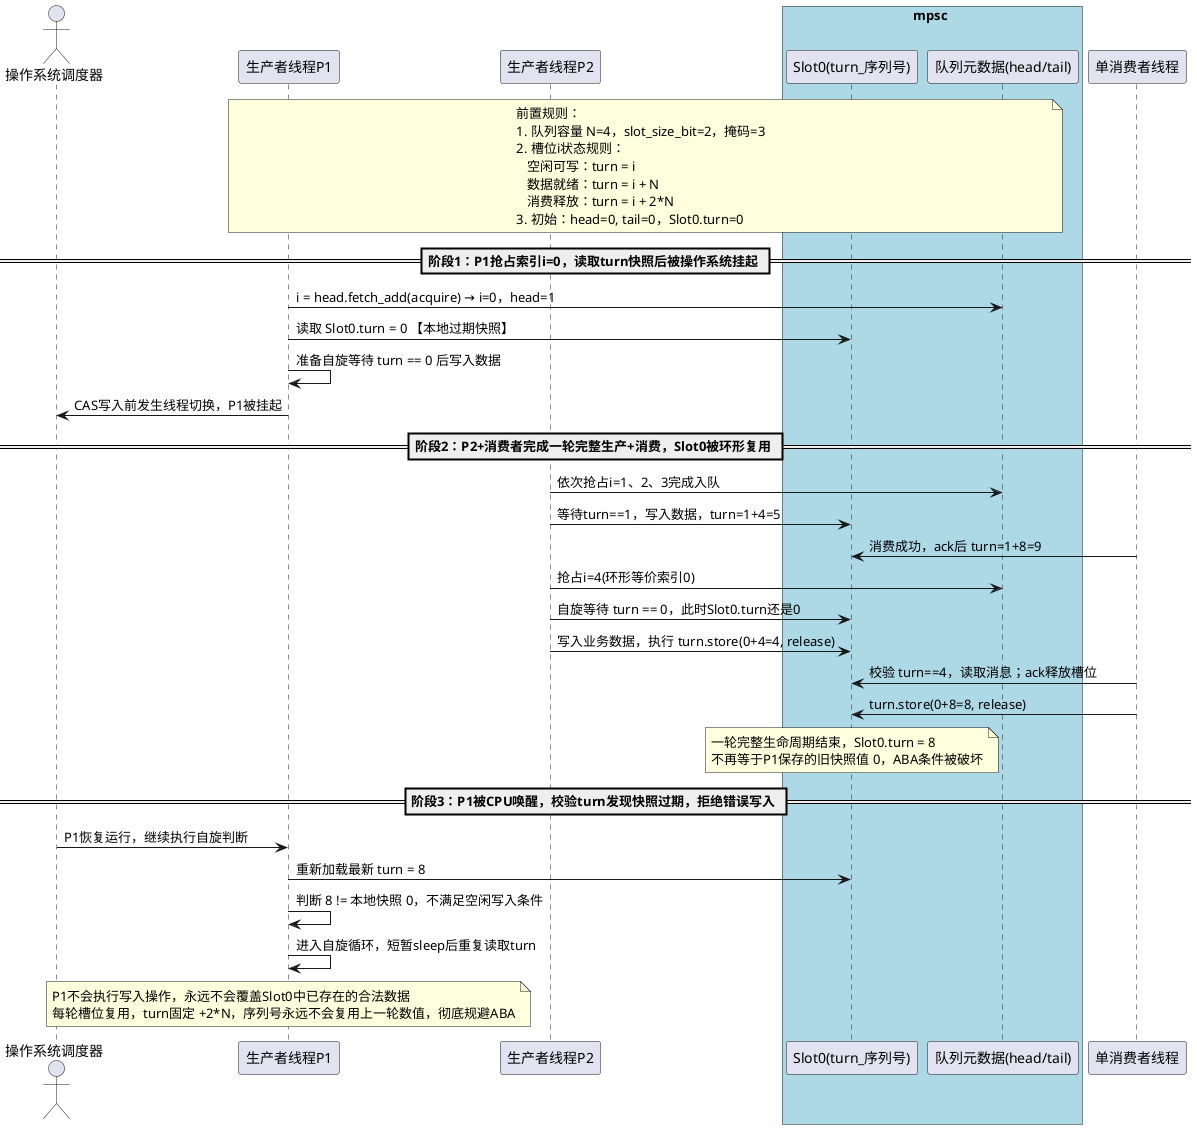
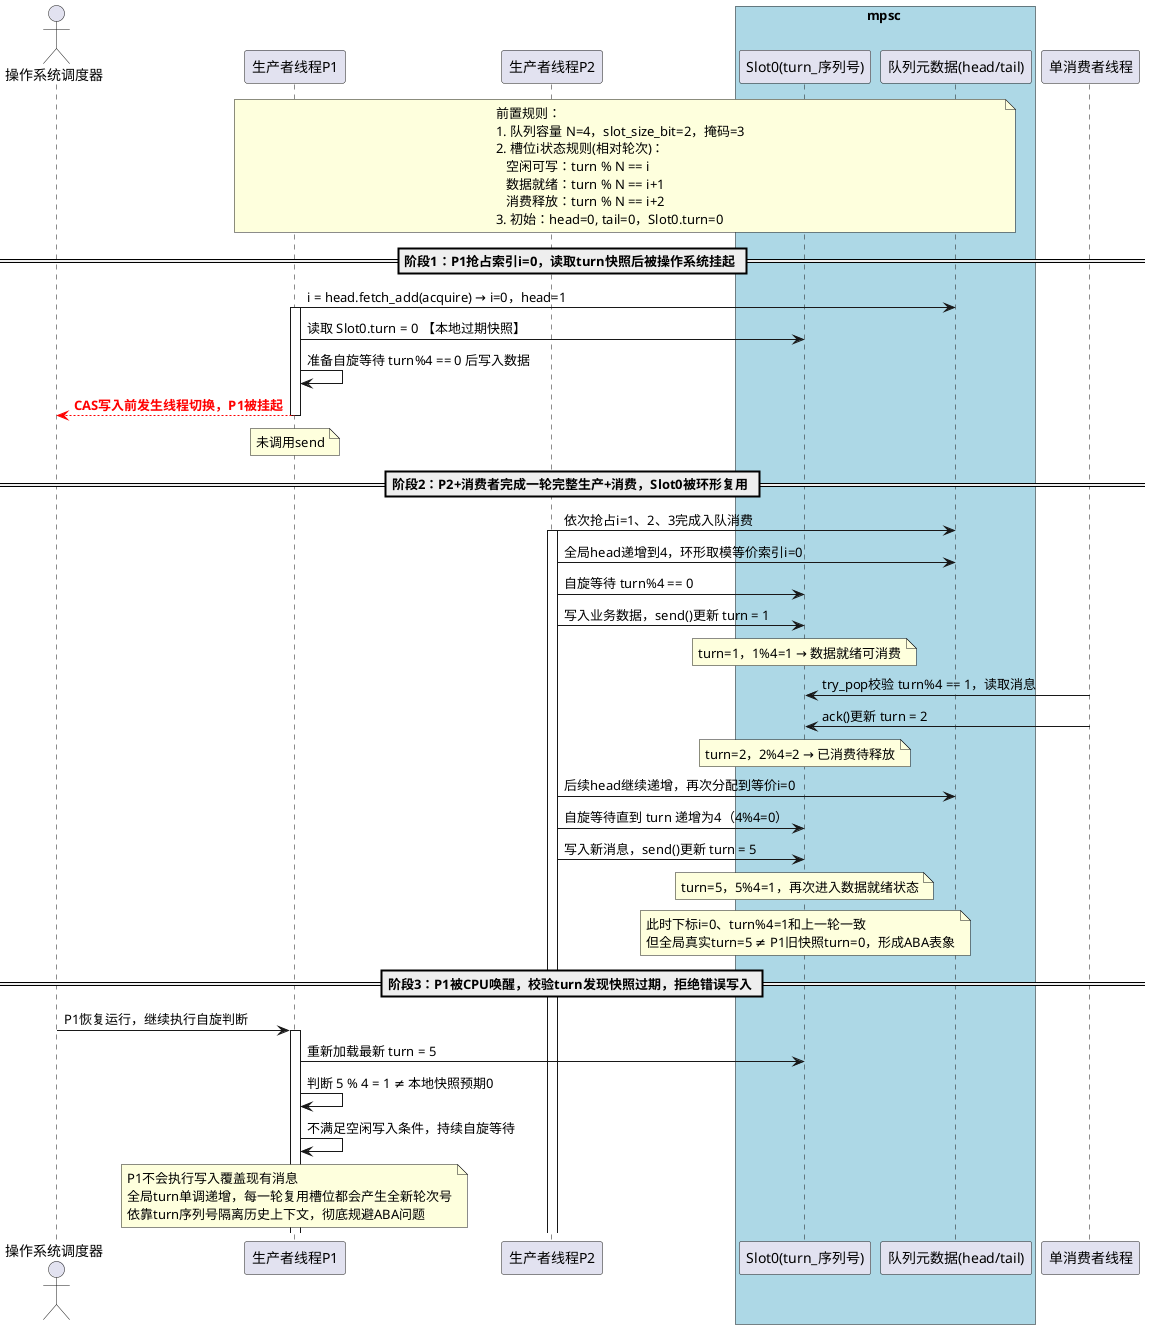
@startuml ShmMPSC_Aba_Solve_Sequence
actor 操作系统调度器 as OS
participant 生产者线程P1 as P1
participant 生产者线程P2 as P2
box mpsc #LightBlue
    participant "Slot0(turn_序列号)" as Slot0
    participant "队列元数据(head/tail)" as Meta
end box
- participant  单消费者线程 as Consumer
+ participant 单消费者线程 as Consumer

note over P1,Meta
前置规则：
1. 队列容量 N=4，slot_size_bit=2，掩码=3
- 2. 槽位i状态规则：
-    空闲可写：turn = i
-    数据就绪：turn = i + N
-    消费释放：turn = i + 2*N
+ 2. 槽位i状态规则(相对轮次)：
+    空闲可写：turn % N == i
+    数据就绪：turn % N == i+1
+    消费释放：turn % N == i+2
3. 初始：head=0, tail=0，Slot0.turn=0
end note

== 阶段1：P1抢占索引i=0，读取turn快照后被操作系统挂起 ==
P1->Meta: i = head.fetch_add(acquire) → i=0，head=1
+ activate P1
P1->Slot0: 读取 Slot0.turn = 0 【本地过期快照】
- P1->P1: 准备自旋等待 turn == 0 后写入数据
- P1->OS: CAS写入前发生线程切换，P1被挂起
+ P1->P1: 准备自旋等待 turn%4 == 0 后写入数据
+ P1-[#red]->OS: <b><font color=red>CAS写入前发生线程切换，P1被挂起
+ deactivate P1
+ note over P1
+ 未调用send
+ end note

== 阶段2：P2+消费者完成一轮完整生产+消费，Slot0被环形复用 ==
- P2->Meta: 依次抢占i=1、2、3完成入队
- P2->Slot0: 等待turn==1，写入数据，turn=1+4=5
- Consumer->Slot0: 消费成功，ack后 turn=1+8=9
+ P2->Meta: 依次抢占i=1、2、3完成入队消费
+ activate P2
+ P2->Meta: 全局head递增到4，环形取模等价索引i=0
+ P2->Slot0: 自旋等待 turn%4 == 0
+ P2->Slot0: 写入业务数据，send()更新 turn = 1
+ note over Slot0: turn=1，1%4=1 → 数据就绪可消费
+ Consumer->Slot0: try_pop校验 turn%4 == 1，读取消息
+ Consumer->Slot0: ack()更新 turn = 2
+ note over Slot0: turn=2，2%4=2 → 已消费待释放

- P2->Meta: 抢占i=4(环形等价索引0)
- P2->Slot0: 自旋等待 turn == 0，此时Slot0.turn还是0
- P2->Slot0: 写入业务数据，执行 turn.store(0+4=4, release)
- Consumer->Slot0: 校验 turn==4，读取消息；ack释放槽位
- Consumer->Slot0: turn.store(0+8=8, release)
+ P2->Meta: 后续head继续递增，再次分配到等价i=0
+ P2->Slot0: 自旋等待直到 turn 递增为4（4%4=0）
+ P2->Slot0: 写入新消息，send()更新 turn = 5
+ note over Slot0: turn=5，5%4=1，再次进入数据就绪状态
note over Slot0
- 一轮完整生命周期结束，Slot0.turn = 8
- 不再等于P1保存的旧快照值 0，ABA条件被破坏
+ 此时下标i=0、turn%4=1和上一轮一致
+ 但全局真实turn=5 ≠ P1旧快照turn=0，形成ABA表象
end note

== 阶段3：P1被CPU唤醒，校验turn发现快照过期，拒绝错误写入 ==
OS->P1: P1恢复运行，继续执行自旋判断
- P1->Slot0: 重新加载最新 turn = 8
- P1->P1: 判断 8 != 本地快照 0，不满足空闲写入条件
- P1->P1: 进入自旋循环，短暂sleep后重复读取turn
+ activate P1
+ P1->Slot0: 重新加载最新 turn = 5
+ P1->P1: 判断 5 % 4 = 1 ≠ 本地快照预期0
+ P1->P1: 不满足空闲写入条件，持续自旋等待
note over P1
- P1不会执行写入操作，永远不会覆盖Slot0中已存在的合法数据
- 每轮槽位复用，turn固定 +2*N，序列号永远不会复用上一轮数值，彻底规避ABA
+ P1不会执行写入覆盖现有消息
+ 全局turn单调递增，每一轮复用槽位都会产生全新轮次号
+ 依靠turn序列号隔离历史上下文，彻底规避ABA问题
end note
@enduml